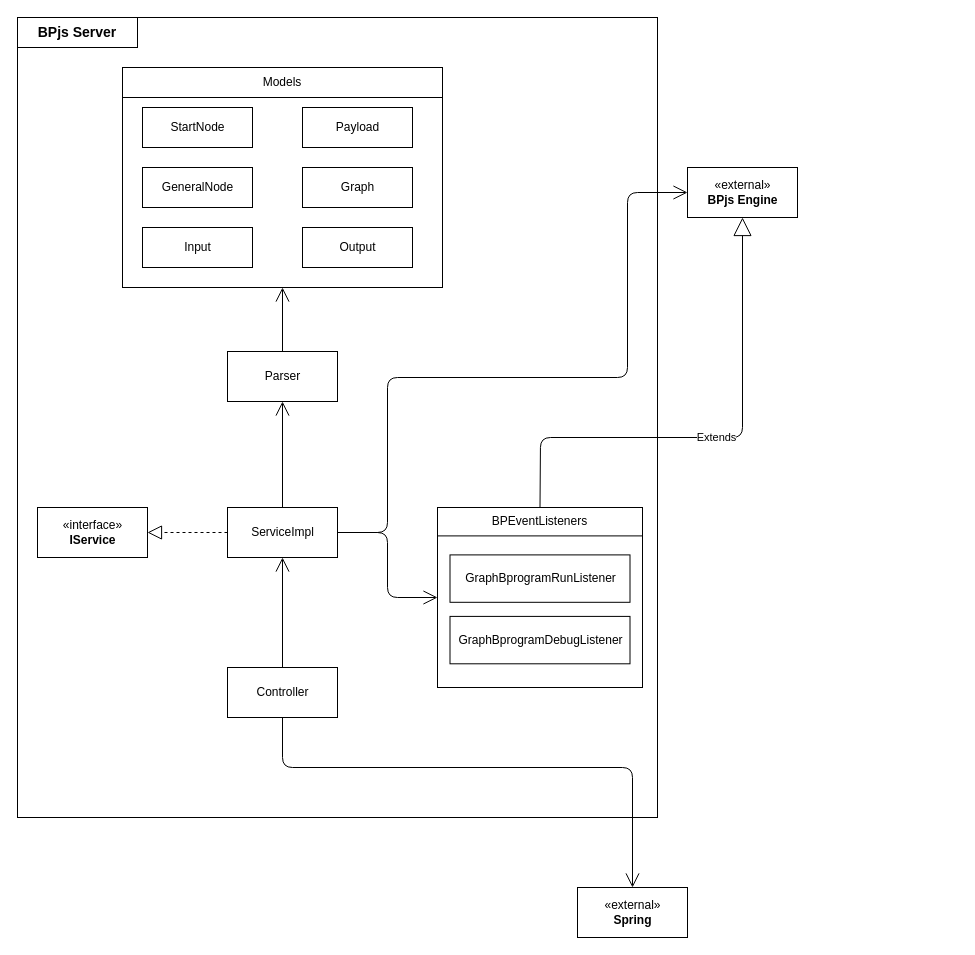
Earlier version of the draw.io diagram documentation/Server Class Diagram.drawio (shirmarko/bpFlowApp). Source tidied: cells renumbered, new cells numbered last; positions are measured from the earlier drawing's top-left corner, leaving out a move shared by most shapes. Both pictures are drawn from the tidied source at 100%, with x=0, y=0 at pixel (17, 17).
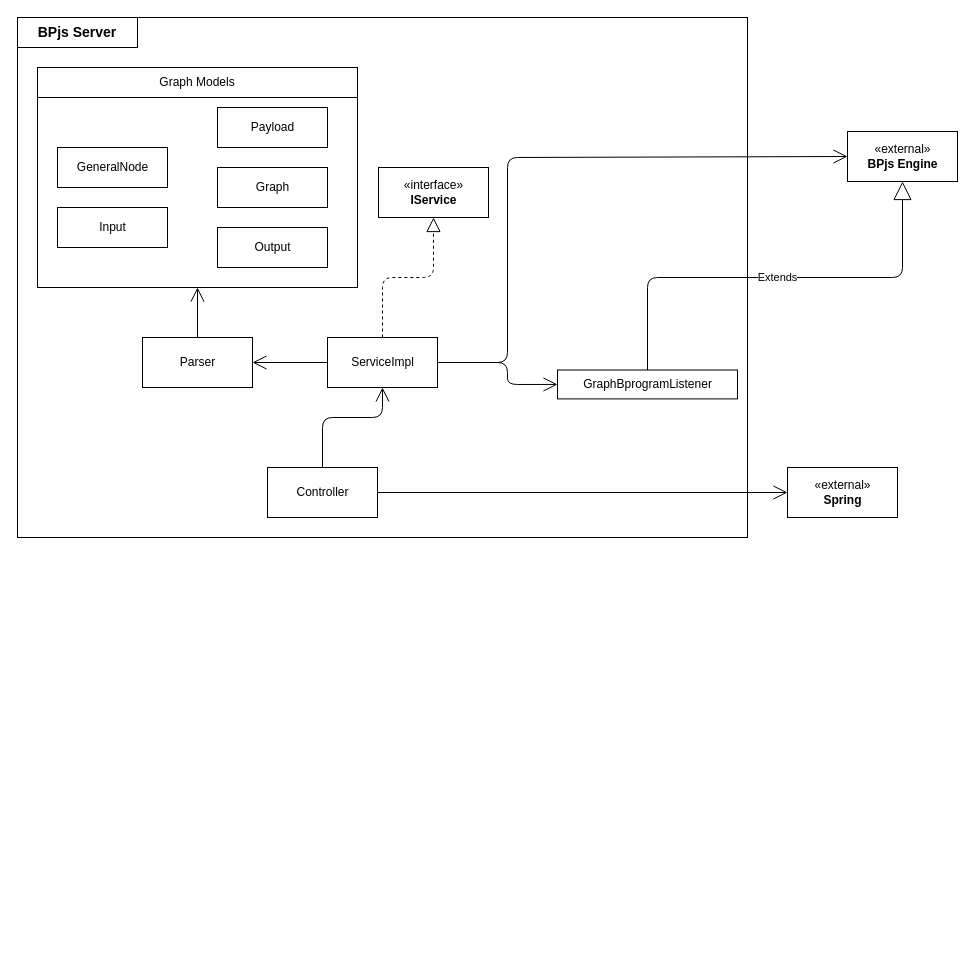
The same diagram, later.

Unchanged cells that the change refers to:
```xml
<mxCell id="24" style="html=1;" parent="23" vertex="1">
  <mxGeometry width="320" height="220" as="geometry" />
</mxCell>
```

Diff of the diagram source:
```diff
@@
+    <mxCell id="33" style="rounded=0;whiteSpace=wrap;html=1;" parent="1" vertex="1">
+      <mxGeometry width="730" height="520" as="geometry" />
+    </mxCell>
     <mxCell id="2" value="«external»&lt;br&gt;&lt;b&gt;Spring&lt;/b&gt;" style="html=1;" parent="1" vertex="1">
-      <mxGeometry x="560" y="870" width="110" height="50" as="geometry" />
+      <mxGeometry x="770" y="450" width="110" height="50" as="geometry" />
     </mxCell>
     <mxCell id="3" value="«external»&lt;br&gt;&lt;b&gt;BPjs Engine&lt;/b&gt;" style="html=1;" parent="1" vertex="1">
-      <mxGeometry x="670" y="150" width="110" height="50" as="geometry" />
+      <mxGeometry x="830" y="114" width="110" height="50" as="geometry" />
     </mxCell>
-    <mxCell id="4" style="endArrow=open;endFill=1;endSize=12;html=1;entryX=0;entryY=0.5;entryDx=0;entryDy=0;exitX=1;exitY=0.5;exitDx=0;exitDy=0;" parent="1" edge="1" source="11" target="3">
-      <mxGeometry relative="1" as="geometry">
-        <Array as="points">
-          <mxPoint x="370" y="515" />
-          <mxPoint x="370" y="360" />
-          <mxPoint x="610" y="360" />
-          <mxPoint x="610" y="175" />
-        </Array>
-      </mxGeometry>
-    </mxCell>
-    <mxCell id="5" style="endArrow=open;endFill=1;endSize=12;html=1;exitX=0.5;exitY=1;exitDx=0;exitDy=0;entryX=0.5;entryY=0;entryDx=0;entryDy=0;" parent="1" edge="1" source="9" target="2">
-      <mxGeometry relative="1" as="geometry">
-        <Array as="points">
-          <mxPoint x="265" y="750" />
-          <mxPoint x="615" y="750" />
-        </Array>
-      </mxGeometry>
-    </mxCell>
-    <mxCell id="6" value="Extends" style="endArrow=block;endSize=16;endFill=0;html=1;entryX=0.5;entryY=1;entryDx=0;entryDy=0;exitX=0.5;exitY=0;exitDx=0;exitDy=0;" parent="1" edge="1" source="17" target="3">
-      <mxGeometry relative="1" as="geometry">
-        <Array as="points">
-          <mxPoint x="523" y="420" />
-          <mxPoint x="725" y="420" />
-        </Array>
-      </mxGeometry>
-    </mxCell>
-    <mxCell id="7" style="group;" parent="1" vertex="1">
-      <mxGeometry width="640" height="800" as="geometry" />
-    </mxCell>
-    <mxCell id="8" style="rounded=0;whiteSpace=wrap;html=1;fillColor=none;" parent="7" vertex="1">
-      <mxGeometry width="640" height="800" as="geometry" />
-    </mxCell>
-    <mxCell id="9" value="Controller" style="html=1;" parent="7" vertex="1">
-      <mxGeometry x="210" y="650" width="110" height="50" as="geometry" />
+    <mxCell id="9" value="Controller" style="html=1;" parent="1" vertex="1">
+      <mxGeometry x="250" y="450" width="110" height="50" as="geometry" />
     </mxCell>
-    <mxCell id="10" value="«interface»&lt;br&gt;&lt;b&gt;IService&lt;/b&gt;" style="html=1;" parent="7" vertex="1">
-      <mxGeometry x="20" y="490" width="110" height="50" as="geometry" />
+    <mxCell id="10" value="«interface»&lt;br&gt;&lt;b&gt;IService&lt;/b&gt;" style="html=1;" parent="1" vertex="1">
+      <mxGeometry x="361" y="150" width="110" height="50" as="geometry" />
     </mxCell>
-    <mxCell id="11" value="ServiceImpl" style="html=1;" parent="7" vertex="1">
-      <mxGeometry x="210" y="490" width="110" height="50" as="geometry" />
+    <mxCell id="11" value="ServiceImpl" style="html=1;" parent="1" vertex="1">
+      <mxGeometry x="310" y="320" width="110" height="50" as="geometry" />
     </mxCell>
-    <mxCell id="12" value="Parser" style="html=1;" parent="7" vertex="1">
-      <mxGeometry x="210" y="334" width="110" height="50" as="geometry" />
+    <mxCell id="12" value="Parser" style="html=1;" parent="1" vertex="1">
+      <mxGeometry x="125" y="320" width="110" height="50" as="geometry" />
     </mxCell>
-    <mxCell id="13" style="group;" parent="7" vertex="1">
-      <mxGeometry x="420" y="490" width="205" height="180" as="geometry" />
-    </mxCell>
-    <mxCell id="14" style="rounded=0;whiteSpace=wrap;html=1;" parent="13" vertex="1">
-      <mxGeometry width="205" height="180" as="geometry" />
-    </mxCell>
-    <mxCell id="15" value="GraphBprogramRunListener" style="html=1;" parent="13" vertex="1">
-      <mxGeometry x="12.5" y="47.4" width="180" height="47.4" as="geometry" />
-    </mxCell>
-    <mxCell id="16" value="GraphBprogramDebugListener" style="html=1;" parent="13" vertex="1">
-      <mxGeometry x="12.5" y="108.9" width="180" height="47.4" as="geometry" />
-    </mxCell>
-    <mxCell id="17" value="BPEventListeners" style="rounded=0;whiteSpace=wrap;html=1;" parent="13" vertex="1">
-      <mxGeometry width="205" height="28.4" as="geometry" />
-    </mxCell>
-    <mxCell id="18" style="endArrow=open;endFill=1;endSize=12;html=1;entryX=0.5;entryY=1;entryDx=0;entryDy=0;exitX=0.5;exitY=0;exitDx=0;exitDy=0;" parent="7" edge="1" source="12" target="24">
-      <mxGeometry relative="1" as="geometry" />
+    <mxCell id="18" style="endArrow=open;endFill=1;endSize=12;html=1;entryX=0.5;entryY=1;entryDx=0;entryDy=0;exitX=0.5;exitY=0;exitDx=0;exitDy=0;" parent="1" edge="1" source="12" target="24">
+      <mxGeometry x="30" y="20" as="geometry" />
     </mxCell>
-    <mxCell id="19" style="endArrow=open;endFill=1;endSize=12;html=1;entryX=0.5;entryY=1;entryDx=0;entryDy=0;exitX=0.5;exitY=0;exitDx=0;exitDy=0;" parent="7" edge="1" source="11" target="12">
-      <mxGeometry relative="1" as="geometry" />
-    </mxCell>
-    <mxCell id="20" style="endArrow=block;dashed=1;endFill=0;endSize=12;html=1;entryX=1;entryY=0.5;entryDx=0;entryDy=0;exitX=0;exitY=0.5;exitDx=0;exitDy=0;" parent="7" edge="1" source="11" target="10">
-      <mxGeometry relative="1" as="geometry" />
+    <mxCell id="20" style="endArrow=block;dashed=1;endFill=0;endSize=12;html=1;entryX=0.5;entryY=1;entryDx=0;entryDy=0;exitX=0.5;exitY=0;exitDx=0;exitDy=0;" parent="1" edge="1" source="11" target="10">
+      <mxGeometry x="30" y="20" as="geometry">
+        <Array as="points">
+          <mxPoint x="365" y="260" />
+          <mxPoint x="416" y="260" />
+        </Array>
+      </mxGeometry>
     </mxCell>
-    <mxCell id="21" style="endArrow=open;endFill=1;endSize=12;html=1;exitX=1;exitY=0.5;exitDx=0;exitDy=0;entryX=0;entryY=0.5;entryDx=0;entryDy=0;" parent="7" edge="1" source="11" target="14">
-      <mxGeometry relative="1" as="geometry">
-        <Array as="points">
-          <mxPoint x="370" y="515" />
-          <mxPoint x="370" y="580" />
-        </Array>
-      </mxGeometry>
-    </mxCell>
-    <mxCell id="22" style="endArrow=open;endFill=1;endSize=12;html=1;entryX=0.5;entryY=1;entryDx=0;entryDy=0;exitX=0.5;exitY=0;exitDx=0;exitDy=0;" parent="7" edge="1" source="9" target="11">
-      <mxGeometry relative="1" as="geometry" />
-    </mxCell>
-    <mxCell id="23" style="group;" parent="7" vertex="1">
-      <mxGeometry x="105" y="50" width="320" height="220" as="geometry" />
+    <mxCell id="23" style="group;" parent="1" vertex="1">
+      <mxGeometry x="20" y="50" width="320" height="220" as="geometry" />
     </mxCell>
@@
     <mxCell id="25" value="GeneralNode" style="html=1;" parent="23" vertex="1">
-      <mxGeometry x="20" y="100" width="110" height="40" as="geometry" />
+      <mxGeometry x="20" y="80" width="110" height="40" as="geometry" />
     </mxCell>
@@
     <mxCell id="27" value="Input" style="html=1;" parent="23" vertex="1">
-      <mxGeometry x="20" y="160" width="110" height="40" as="geometry" />
+      <mxGeometry x="20" y="140" width="110" height="40" as="geometry" />
     </mxCell>
@@
-    <mxCell id="29" value="StartNode" style="html=1;" parent="23" vertex="1">
-      <mxGeometry x="20" y="40" width="110" height="40" as="geometry" />
-    </mxCell>
@@
-    <mxCell id="31" value="Models" style="rounded=0;whiteSpace=wrap;html=1;" parent="23" vertex="1">
+    <mxCell id="31" value="Graph Models" style="rounded=0;whiteSpace=wrap;html=1;" parent="23" vertex="1">
       <mxGeometry width="320" height="30" as="geometry" />
     </mxCell>
-    <mxCell id="32" value="&lt;b&gt;&lt;font style=&quot;font-size: 14px&quot;&gt;BPjs Server&lt;/font&gt;&lt;/b&gt;" style="rounded=0;whiteSpace=wrap;html=1;fillColor=none;" parent="7" vertex="1">
+    <mxCell id="32" value="&lt;b&gt;&lt;font style=&quot;font-size: 14px&quot;&gt;BPjs Server&lt;/font&gt;&lt;/b&gt;" style="rounded=0;whiteSpace=wrap;html=1;fillColor=none;" parent="1" vertex="1">
       <mxGeometry width="120" height="30" as="geometry" />
     </mxCell>
+    <mxCell id="15" value="GraphBprogramListener" style="html=1;" parent="1" vertex="1">
+      <mxGeometry x="540" y="352.5" width="180" height="28.9" as="geometry" />
+    </mxCell>
+    <mxCell id="19" style="endArrow=open;html=1;entryX=1;entryY=0.5;entryDx=0;entryDy=0;exitX=0;exitY=0.5;exitDx=0;exitDy=0;endFill=0;endSize=12;" parent="1" edge="1" source="11" target="12">
+      <mxGeometry relative="1" as="geometry" />
+    </mxCell>
+    <mxCell id="6" value="Extends" style="endArrow=block;endSize=16;endFill=0;html=1;entryX=0.5;entryY=1;entryDx=0;entryDy=0;exitX=0.5;exitY=0;exitDx=0;exitDy=0;" parent="1" edge="1" source="15" target="3">
+      <mxGeometry relative="1" as="geometry">
+        <Array as="points">
+          <mxPoint x="630" y="260" />
+          <mxPoint x="885" y="260" />
+        </Array>
+      </mxGeometry>
+    </mxCell>
+    <mxCell id="34" style="endArrow=none;html=1;entryX=0.5;entryY=0;entryDx=0;entryDy=0;exitX=0.5;exitY=1;exitDx=0;exitDy=0;startSize=12;endSize=12;endFill=0;startArrow=open;startFill=0;" parent="1" edge="1" source="11" target="9">
+      <mxGeometry relative="1" as="geometry">
+        <Array as="points">
+          <mxPoint x="365" y="400" />
+          <mxPoint x="305" y="400" />
+        </Array>
+      </mxGeometry>
+    </mxCell>
+    <mxCell id="5" style="endArrow=open;endFill=1;endSize=12;html=1;entryX=0;entryY=0.5;entryDx=0;entryDy=0;exitX=1;exitY=0.5;exitDx=0;exitDy=0;" parent="1" edge="1" source="9" target="2">
+      <mxGeometry relative="1" as="geometry" />
+    </mxCell>
+    <mxCell id="35" style="endArrow=open;endFill=1;endSize=12;html=1;entryX=0;entryY=0.5;entryDx=0;entryDy=0;exitX=1;exitY=0.5;exitDx=0;exitDy=0;" parent="1" edge="1" source="11" target="15">
+      <mxGeometry relative="1" as="geometry">
+        <Array as="points">
+          <mxPoint x="490" y="345" />
+          <mxPoint x="490" y="367" />
+        </Array>
+      </mxGeometry>
+    </mxCell>
+    <mxCell id="4" style="endArrow=open;endFill=1;endSize=12;html=1;entryX=0;entryY=0.5;entryDx=0;entryDy=0;exitX=1;exitY=0.5;exitDx=0;exitDy=0;" parent="1" edge="1" source="11" target="3">
+      <mxGeometry relative="1" as="geometry">
+        <Array as="points">
+          <mxPoint x="490" y="345" />
+          <mxPoint x="490" y="140" />
+        </Array>
+      </mxGeometry>
+    </mxCell>
```
